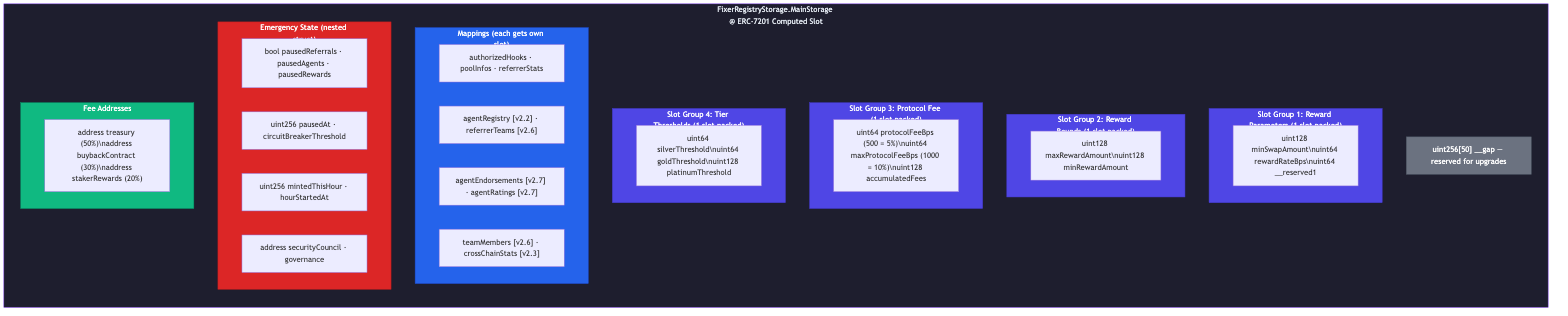
The Mermaid diagram docs/diagrams/SYSTEM_DESIGN_10.png in guglxni/the-fixer-hook, before a commit. Its source is kept beside it as docs/diagrams/SYSTEM_DESIGN_10.mmd. Its diagram source:
```mermaid
%%{init: {'theme': 'neutral', 'themeVariables': { 'primaryColor': '#2563eb', 'primaryTextColor': '#1e293b', 'primaryBorderColor': '#3b82f6', 'lineColor': '#64748b', 'secondaryColor': '#f1f5f9', 'tertiaryColor': '#e2e8f0'}}}%%
flowchart TD
        direction TB
        subgraph packed1["Slot Group 1: Reward Parameters (1 slot packed)"]
            P1["uint128 minSwapAmount\nuint64 rewardRateBps\nuint64 __reserved1"]
        end
        subgraph packed2["Slot Group 2: Reward Bounds (1 slot packed)"]
            P2["uint128 maxRewardAmount\nuint128 minRewardAmount"]
        end
        subgraph packed3["Slot Group 3: Protocol Fee (1 slot packed)"]
            P3["uint64 protocolFeeBps (500 = 5%)\nuint64 maxProtocolFeeBps (1000 = 10%)\nuint128 accumulatedFees"]
        end
        subgraph packed4["Slot Group 4: Tier Thresholds (1 slot packed)"]
            P4["uint64 silverThreshold\nuint64 goldThreshold\nuint128 platinumThreshold"]
        end
        subgraph maps["Mappings (each gets own slot)"]
            M1["authorizedHooks · poolInfos · referrerStats"]
            M2["agentRegistry [v2.2] · referrerTeams [v2.6]"]
            M3["agentEndorsements [v2.7] · agentRatings [v2.7]"]
            M4["teamMembers [v2.6] · crossChainStats [v2.3]"]
        end
        subgraph emergency["Emergency State (nested struct)"]
            E1["bool pausedReferrals · pausedAgents · pausedRewards"]
            E2["uint256 pausedAt · circuitBreakerThreshold"]
            E3["uint256 mintedThisHour · hourStartedAt"]
            E4["address securityCouncil · governance"]
        end
        subgraph fees["Fee Addresses"]
            F1["address treasury (50%)\naddress buybackContract (30%)\naddress stakerRewards (20%)"]
        end
        GAP["uint256[50] __gap — reserved for upgrades"]
    end
    style storage fill:#1E1E2E,color:#E2E8F0,stroke:#7C3AED
    style packed1 fill:#4F46E5,color:#FFFFFF,stroke:#4338CA
    style packed2 fill:#4F46E5,color:#FFFFFF,stroke:#4338CA
    style packed3 fill:#4F46E5,color:#FFFFFF,stroke:#4338CA
    style packed4 fill:#4F46E5,color:#FFFFFF,stroke:#4338CA
    style maps fill:#2563EB,color:#FFFFFF,stroke:#1D4ED8
    style emergency fill:#DC2626,color:#FFFFFF,stroke:#B91C1C
    style fees fill:#10B981,color:#FFFFFF,stroke:#059669
    style GAP fill:#6B7280,color:#FFFFFF,stroke:#4B5563
```
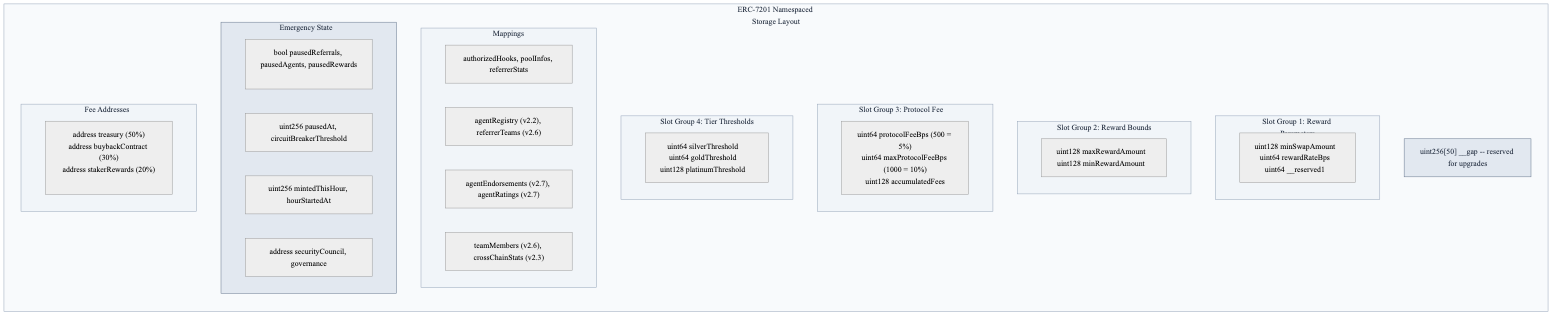
After the change.

Change to the diagram source:
```diff
@@ -1,41 +1,43 @@
-%%{init: {'theme': 'neutral', 'themeVariables': { 'primaryColor': '#2563eb', 'primaryTextColor': '#1e293b', 'primaryBorderColor': '#3b82f6', 'lineColor': '#64748b', 'secondaryColor': '#f1f5f9', 'tertiaryColor': '#e2e8f0'}}}%%
+%%{init: {'theme': 'neutral', 'themeVariables': {'fontFamily': 'Inter, system-ui, sans-serif'}}}%%
 flowchart TD
+    subgraph storage["ERC-7201 Namespaced Storage Layout"]
         direction TB
-        subgraph packed1["Slot Group 1: Reward Parameters (1 slot packed)"]
-            P1["uint128 minSwapAmount\nuint64 rewardRateBps\nuint64 __reserved1"]
+        subgraph packed1["Slot Group 1: Reward Parameters"]
+            P1["uint128 minSwapAmount<br/>uint64 rewardRateBps<br/>uint64 __reserved1"]
         end
-        subgraph packed2["Slot Group 2: Reward Bounds (1 slot packed)"]
-            P2["uint128 maxRewardAmount\nuint128 minRewardAmount"]
+        subgraph packed2["Slot Group 2: Reward Bounds"]
+            P2["uint128 maxRewardAmount<br/>uint128 minRewardAmount"]
         end
-        subgraph packed3["Slot Group 3: Protocol Fee (1 slot packed)"]
-            P3["uint64 protocolFeeBps (500 = 5%)\nuint64 maxProtocolFeeBps (1000 = 10%)\nuint128 accumulatedFees"]
+        subgraph packed3["Slot Group 3: Protocol Fee"]
+            P3["uint64 protocolFeeBps (500 = 5%)<br/>uint64 maxProtocolFeeBps (1000 = 10%)<br/>uint128 accumulatedFees"]
         end
-        subgraph packed4["Slot Group 4: Tier Thresholds (1 slot packed)"]
-            P4["uint64 silverThreshold\nuint64 goldThreshold\nuint128 platinumThreshold"]
+        subgraph packed4["Slot Group 4: Tier Thresholds"]
+            P4["uint64 silverThreshold<br/>uint64 goldThreshold<br/>uint128 platinumThreshold"]
         end
-        subgraph maps["Mappings (each gets own slot)"]
-            M1["authorizedHooks · poolInfos · referrerStats"]
-            M2["agentRegistry [v2.2] · referrerTeams [v2.6]"]
-            M3["agentEndorsements [v2.7] · agentRatings [v2.7]"]
-            M4["teamMembers [v2.6] · crossChainStats [v2.3]"]
+        subgraph maps["Mappings"]
+            M1["authorizedHooks, poolInfos, referrerStats"]
+            M2["agentRegistry (v2.2), referrerTeams (v2.6)"]
+            M3["agentEndorsements (v2.7), agentRatings (v2.7)"]
+            M4["teamMembers (v2.6), crossChainStats (v2.3)"]
         end
-        subgraph emergency["Emergency State (nested struct)"]
-            E1["bool pausedReferrals · pausedAgents · pausedRewards"]
-            E2["uint256 pausedAt · circuitBreakerThreshold"]
-            E3["uint256 mintedThisHour · hourStartedAt"]
-            E4["address securityCouncil · governance"]
+        subgraph emergency["Emergency State"]
+            E1["bool pausedReferrals, pausedAgents, pausedRewards"]
+            E2["uint256 pausedAt, circuitBreakerThreshold"]
+            E3["uint256 mintedThisHour, hourStartedAt"]
+            E4["address securityCouncil, governance"]
         end
         subgraph fees["Fee Addresses"]
-            F1["address treasury (50%)\naddress buybackContract (30%)\naddress stakerRewards (20%)"]
+            F1["address treasury (50%)<br/>address buybackContract (30%)<br/>address stakerRewards (20%)"]
         end
-        GAP["uint256[50] __gap — reserved for upgrades"]
+        GAP["uint256[50] __gap -- reserved for upgrades"]
     end
-    style storage fill:#1E1E2E,color:#E2E8F0,stroke:#7C3AED
-    style packed1 fill:#4F46E5,color:#FFFFFF,stroke:#4338CA
-    style packed2 fill:#4F46E5,color:#FFFFFF,stroke:#4338CA
-    style packed3 fill:#4F46E5,color:#FFFFFF,stroke:#4338CA
-    style packed4 fill:#4F46E5,color:#FFFFFF,stroke:#4338CA
-    style maps fill:#2563EB,color:#FFFFFF,stroke:#1D4ED8
-    style emergency fill:#DC2626,color:#FFFFFF,stroke:#B91C1C
-    style fees fill:#10B981,color:#FFFFFF,stroke:#059669
-    style GAP fill:#6B7280,color:#FFFFFF,stroke:#4B5563
+
+    style storage fill:#f8fafc,stroke:#94a3b8,color:#1e293b
+    style packed1 fill:#f1f5f9,stroke:#94a3b8,color:#1e293b
+    style packed2 fill:#f1f5f9,stroke:#94a3b8,color:#1e293b
+    style packed3 fill:#f1f5f9,stroke:#94a3b8,color:#1e293b
+    style packed4 fill:#f1f5f9,stroke:#94a3b8,color:#1e293b
+    style maps fill:#f1f5f9,stroke:#94a3b8,color:#1e293b
+    style emergency fill:#e2e8f0,stroke:#64748b,color:#1e293b
+    style fees fill:#f1f5f9,stroke:#94a3b8,color:#1e293b
+    style GAP fill:#e2e8f0,color:#1e293b,stroke:#64748b
```
